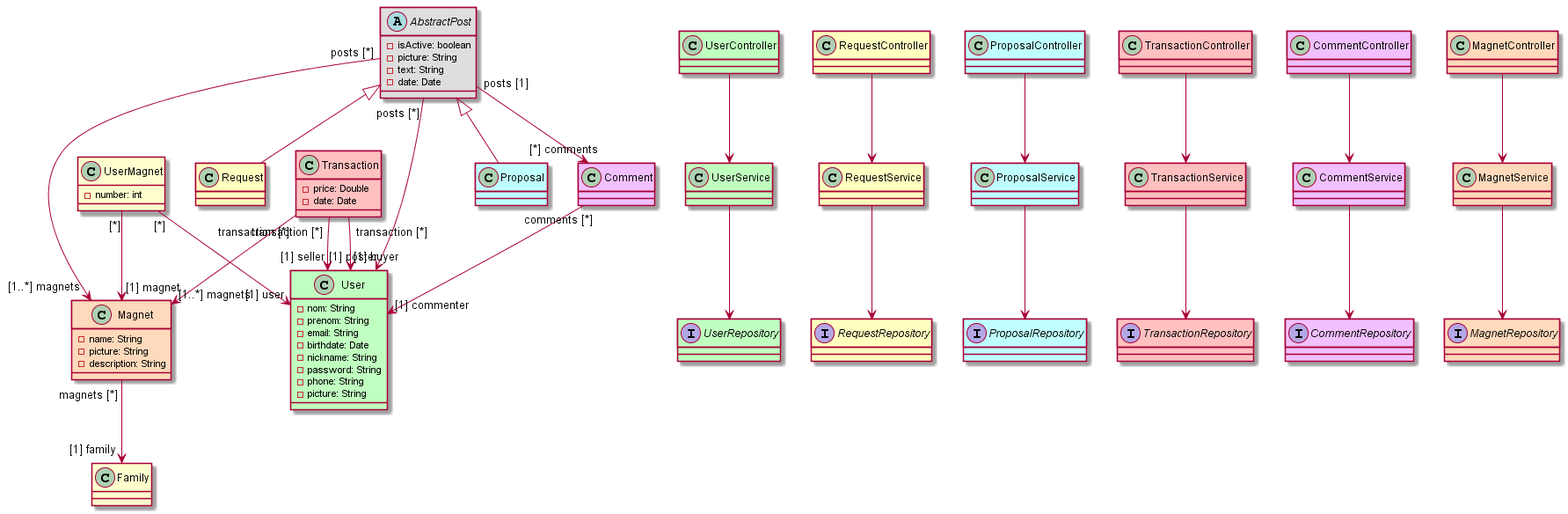
Thibaud11/2019-ivvq-magnetrade keeps this PlantUML diagram as documentation/UML/magnetrade_class.png. Above is the earlier version.
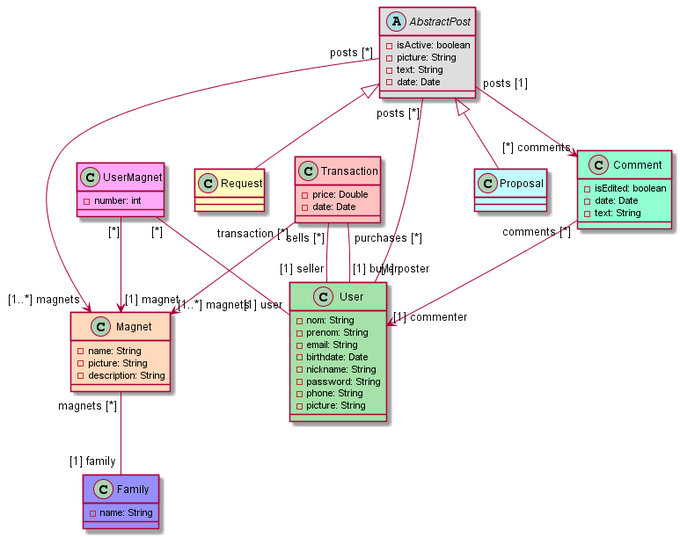
Later version of the same file.

Commit message:
class diagram update

Diff of the diagram source:
```diff
@@ -1,6 +1,6 @@
 @startuml "magnetrade_class"
 allow_mixing
-class User #C0FFC0 {
+class User #A5E1A8 {
     -nom: String
     -prenom: String
     -email: String
@@ -31,92 +31,29 @@
     -picture: String
     -description: String
 }
-class UserMagnet {
+class UserMagnet #FFA9F8 {
     -number: int
 }
-class Comment #F2C0FF {
-
+class Comment #91FFCF {
+    -isEdited: boolean
+    -date: Date
+    -text: String
 }
-class Family {
-
-}
-interface UserRepository #C0FFC0 {
-
-}
-class UserController #C0FFC0 {
-
-}
-class UserService #C0FFC0 {
-
-}
-interface RequestRepository #FFFFC0 {
-
-}
-class RequestController #FFFFC0 {
-
-}
-class RequestService #FFFFC0 {
-
-}
-interface ProposalRepository #C0FFFF {
-
-}
-class ProposalController #C0FFFF {
-
-}
-class ProposalService #C0FFFF {
-
-}
-interface TransactionRepository #FFC0C0 {
-
-}
-class TransactionController #FFC0C0 {
-
-}
-class TransactionService #FFC0C0 {
-
-}
-interface CommentRepository #F2C0FF {
-
-}
-class CommentController #F2C0FF {
-
-}
-class CommentService #F2C0FF {
-
-}
-interface MagnetRepository #FFD9BB {
-
-}
-class MagnetController #FFD9BB {
-
-}
-class MagnetService #FFD9BB {
+class Family #9590FE {
+    -name: String
 
 }
 
 Request -up-|> AbstractPost
 Proposal -up-|> AbstractPost
-AbstractPost "posts [*]" --> "[1] poster" User
+AbstractPost "posts [*]" -- "[1] poster" User
 AbstractPost "posts [*]" --> "[1..*] magnets" Magnet
 AbstractPost "posts [1]" --> "[*] comments" Comment
 Comment "comments [*]" --> "[1] commenter" User
-Transaction "transaction [*]" --> "[1] seller" User
-Transaction "transaction [*]" --> "[1] buyer" User
+Transaction "sells [*]" -- "[1] seller" User
+Transaction "purchases [*]" -- "[1] buyer" User
 Transaction "transaction [*]" --> "[1..*] magnets" Magnet
-Magnet "magnets [*]" --> "[1] family" Family
+Magnet "magnets [*]" -- "[1] family" Family
 UserMagnet "[*]" --> "[1] magnet" Magnet
-UserMagnet "[*]" --> "[1] user" User
-MagnetController --> MagnetService
-MagnetService --> MagnetRepository
-UserController --> UserService
-UserService --> UserRepository
-RequestController --> RequestService
-RequestService --> RequestRepository
-ProposalController --> ProposalService
-ProposalService --> ProposalRepository
-TransactionController --> TransactionService
-TransactionService --> TransactionRepository
-CommentController --> CommentService
-CommentService --> CommentRepository
+UserMagnet "[*]" -- "[1] user" User
 @enduml
```
